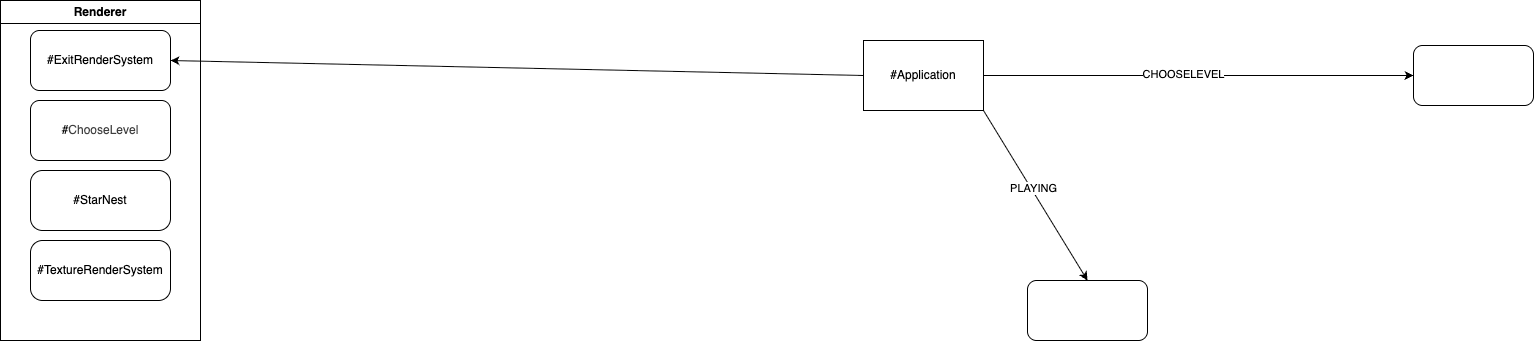
This is Game.drawio.png from Jeremy-Perras/42_Game_Training, a draw.io export, as it was before one commit. Source tidied: cells renumbered, new cells last; positions are measured from the earlier drawing's top-left corner, leaving out a move shared by most shapes.
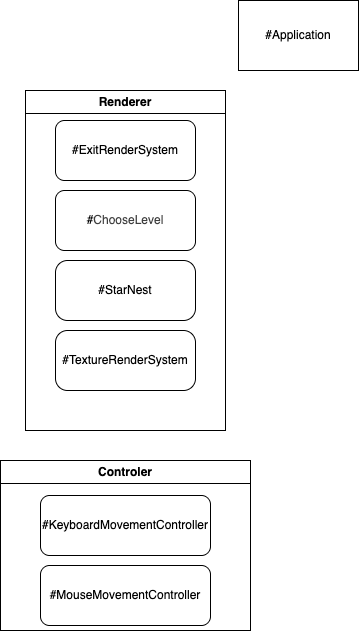
After the change.

Diff of the diagram source:
```diff
@@ -3,29 +3,8 @@
     <mxCell id="0" />
     <mxCell id="1" parent="0" />
     <mxCell id="2" value="#Application" style="rounded=0;whiteSpace=wrap;html=1;" parent="1" vertex="1">
-      <mxGeometry x="863" y="40" width="120" height="70" as="geometry" />
+      <mxGeometry x="213" y="-90" width="120" height="70" as="geometry" />
     </mxCell>
-    <mxCell id="3" style="endArrow=classic;html=1;exitX=1;exitY=1;exitDx=0;exitDy=0;entryX=0.5;entryY=0;entryDx=0;entryDy=0;" parent="1" edge="1" source="2" target="5">
-      <mxGeometry relative="1" as="geometry" />
-    </mxCell>
-    <mxCell id="4" value="PLAYING" style="edgeLabel;html=1;align=center;verticalAlign=middle;" parent="3" vertex="1">
-      <mxGeometry x="-0.07" y="2" relative="1" as="geometry" />
-    </mxCell>
-    <mxCell id="5" style="rounded=1;whiteSpace=wrap;html=1;" parent="1" vertex="1">
-      <mxGeometry x="1027" y="280" width="120" height="60" as="geometry" />
-    </mxCell>
-    <mxCell id="6" style="rounded=1;whiteSpace=wrap;html=1;" parent="1" vertex="1">
-      <mxGeometry x="1413" y="45" width="120" height="60" as="geometry" />
-    </mxCell>
-    <mxCell id="7" style="endArrow=classic;html=1;exitX=1;exitY=0.5;exitDx=0;exitDy=0;entryX=0;entryY=0.5;entryDx=0;entryDy=0;" parent="1" edge="1" source="2" target="6">
-      <mxGeometry relative="1" as="geometry" />
-    </mxCell>
-    <mxCell id="8" value="CHOOSELEVEL" style="edgeLabel;html=1;align=center;verticalAlign=middle;" parent="7" vertex="1">
-      <mxGeometry x="-0.07" y="2" relative="1" as="geometry" />
-    </mxCell>
-    <mxCell id="9" style="endArrow=classic;html=1;entryX=1;entryY=0.5;entryDx=0;entryDy=0;exitX=0;exitY=0.5;exitDx=0;exitDy=0;" parent="1" edge="1" source="2" target="15">
-      <mxGeometry relative="1" as="geometry" />
-    </mxCell>
     <mxCell id="10" style="group;" parent="1" vertex="1">
       <mxGeometry width="200" height="340" as="geometry" />
     </mxCell>
@@ -44,5 +23,17 @@
     <mxCell id="15" value="#ExitRenderSystem" style="rounded=1;whiteSpace=wrap;html=1;strokeColor=default;align=center;verticalAlign=middle;fontFamily=Helvetica;fontSize=12;fontColor=default;fillColor=default;" parent="14" vertex="1">
       <mxGeometry x="30" y="30" width="140" height="60" as="geometry" />
     </mxCell>
+    <mxCell id="16" style="group;" parent="1" vertex="1">
+      <mxGeometry x="-25" y="370" width="250" height="170" as="geometry" />
+    </mxCell>
+    <mxCell id="17" value="Controler" style="swimlane;whiteSpace=wrap;html=1;" parent="16" vertex="1">
+      <mxGeometry width="250" height="170" as="geometry" />
+    </mxCell>
+    <mxCell id="18" value="#KeyboardMovementController" style="rounded=1;whiteSpace=wrap;html=1;strokeColor=default;align=center;verticalAlign=middle;fontFamily=Helvetica;fontSize=12;fontColor=default;fillColor=default;" parent="17" vertex="1">
+      <mxGeometry x="40" y="35" width="170" height="60" as="geometry" />
+    </mxCell>
+    <mxCell id="19" value="&lt;div&gt;#MouseMovementController&lt;/div&gt;" style="rounded=1;whiteSpace=wrap;html=1;" parent="17" vertex="1">
+      <mxGeometry x="40" y="105" width="170" height="60" as="geometry" />
+    </mxCell>
   </root>
 </mxGraphModel>
```
